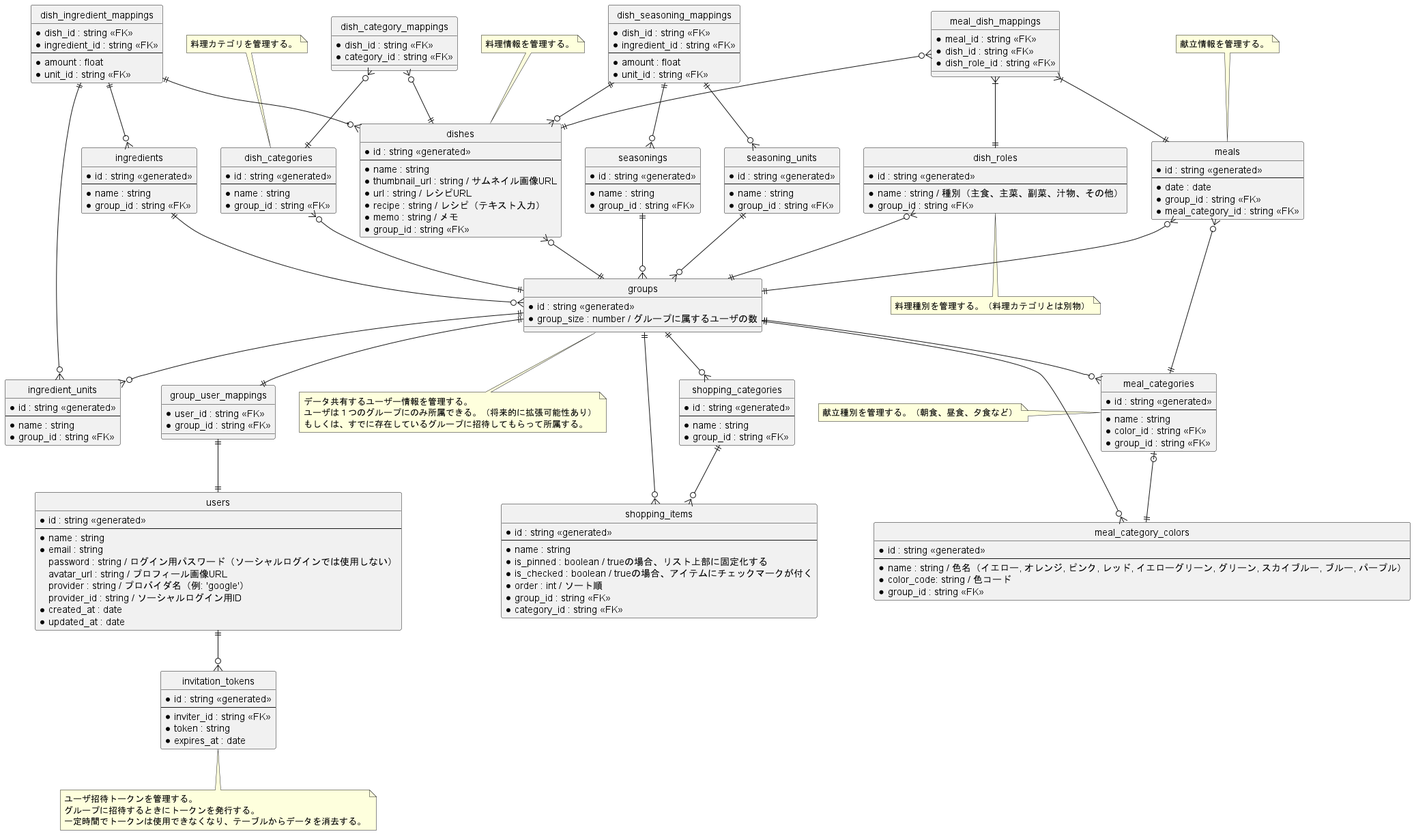
Earlier version of the PlantUML export server/docs/er.png (nanoha94/meap).
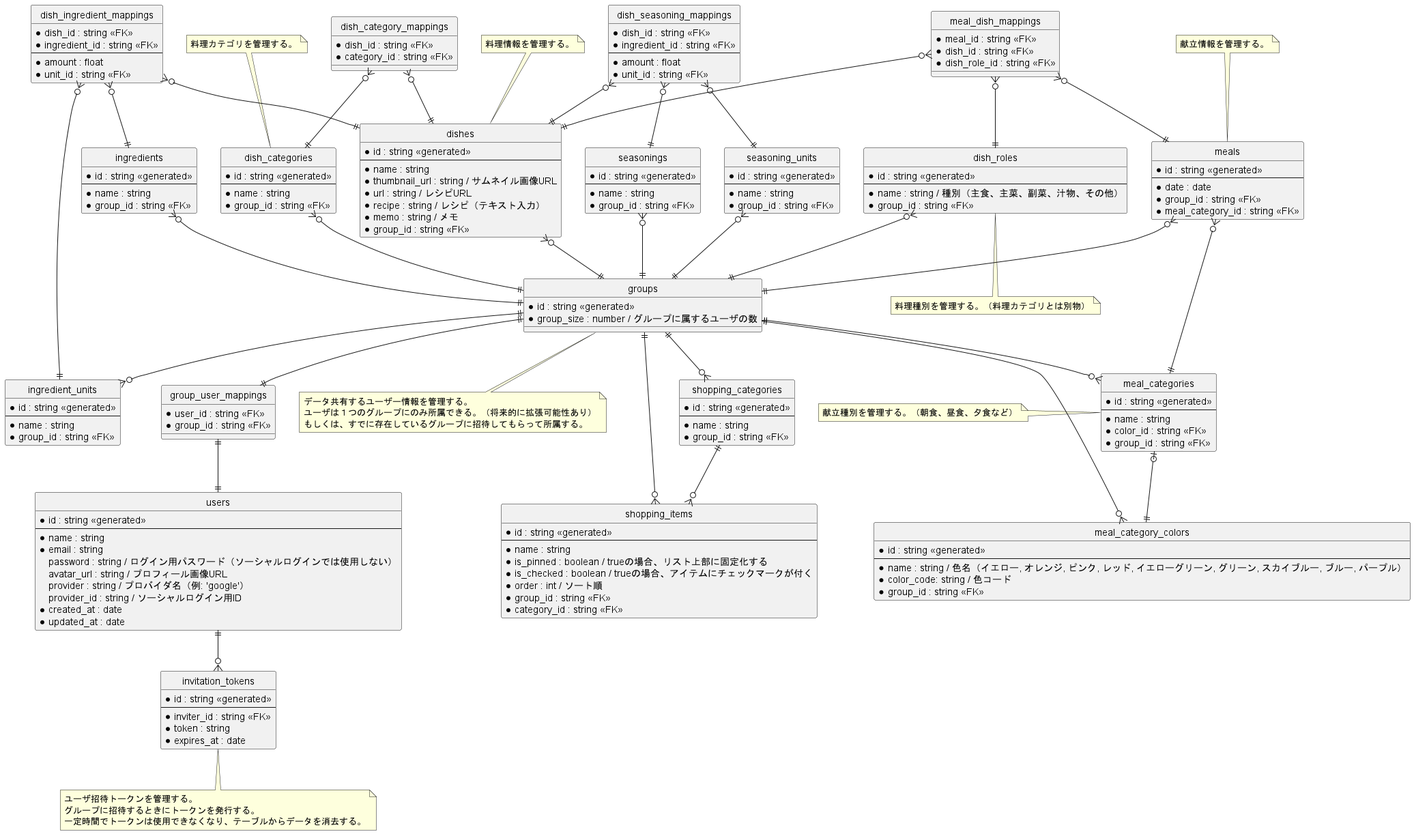
The same diagram one commit later.

The edit, as a diff of the source:
```diff
@@ -172,25 +172,25 @@
 meals }o--|| meal_categories
 dish_roles }o--|| groups
 dishes }o--|| groups
-meal_dish_mappings }|--|| meals
+meal_dish_mappings }o--|| meals
 meal_dish_mappings }o--|| dishes
-meal_dish_mappings }|--|| dish_roles
+meal_dish_mappings }o--|| dish_roles
 
 dish_categories }o--|| groups
 dish_category_mappings }o--|| dishes
 dish_category_mappings }o--|| dish_categories
 
-ingredients ||--o{ groups
+ingredients }o--|| groups
 groups ||--o{ ingredient_units
-dish_ingredient_mappings ||--o{ dishes
-dish_ingredient_mappings ||--o{ ingredients
-dish_ingredient_mappings ||--o{ ingredient_units
+dish_ingredient_mappings }o--|| dishes
+dish_ingredient_mappings }o--|| ingredients
+dish_ingredient_mappings }o--|| ingredient_units
 
-seasonings ||--o{ groups
-seasoning_units ||--o{ groups
-dish_seasoning_mappings ||--o{ dishes
-dish_seasoning_mappings ||--o{ seasonings
-dish_seasoning_mappings ||--o{ seasoning_units
+seasonings }o--|| groups
+seasoning_units }o--|| groups
+dish_seasoning_mappings }o--|| dishes
+dish_seasoning_mappings }o--|| seasonings
+dish_seasoning_mappings }o--|| seasoning_units
 
 
 note bottom of groups
```
